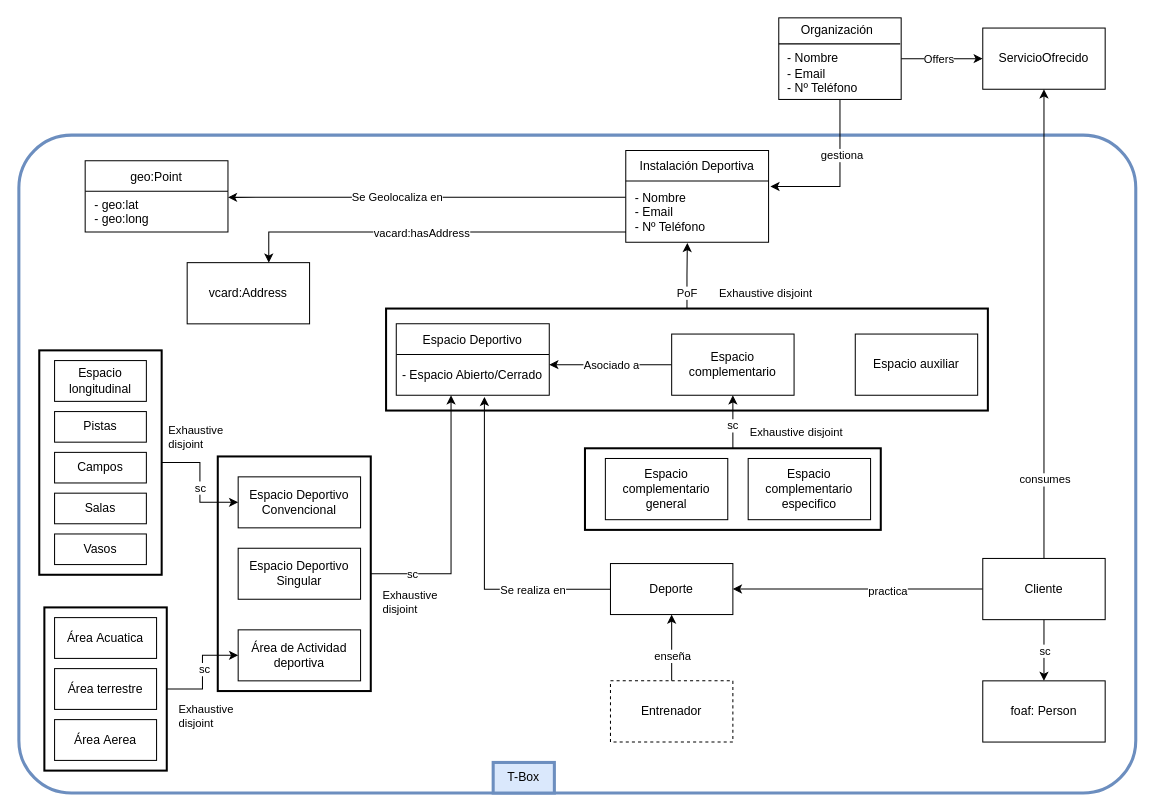
The draw.io diagram page "tbox" (2 of 5) of Modelo.drawio in amunoz5/practica-ontologia, before the edit. Source tidied: cells renumbered, new cells numbered last; positions are measured from the earlier drawing's top-left corner, leaving out a move shared by most shapes. Both pictures are drawn from the tidied source at 102%, with x=0, y=0 at pixel (18, 17).
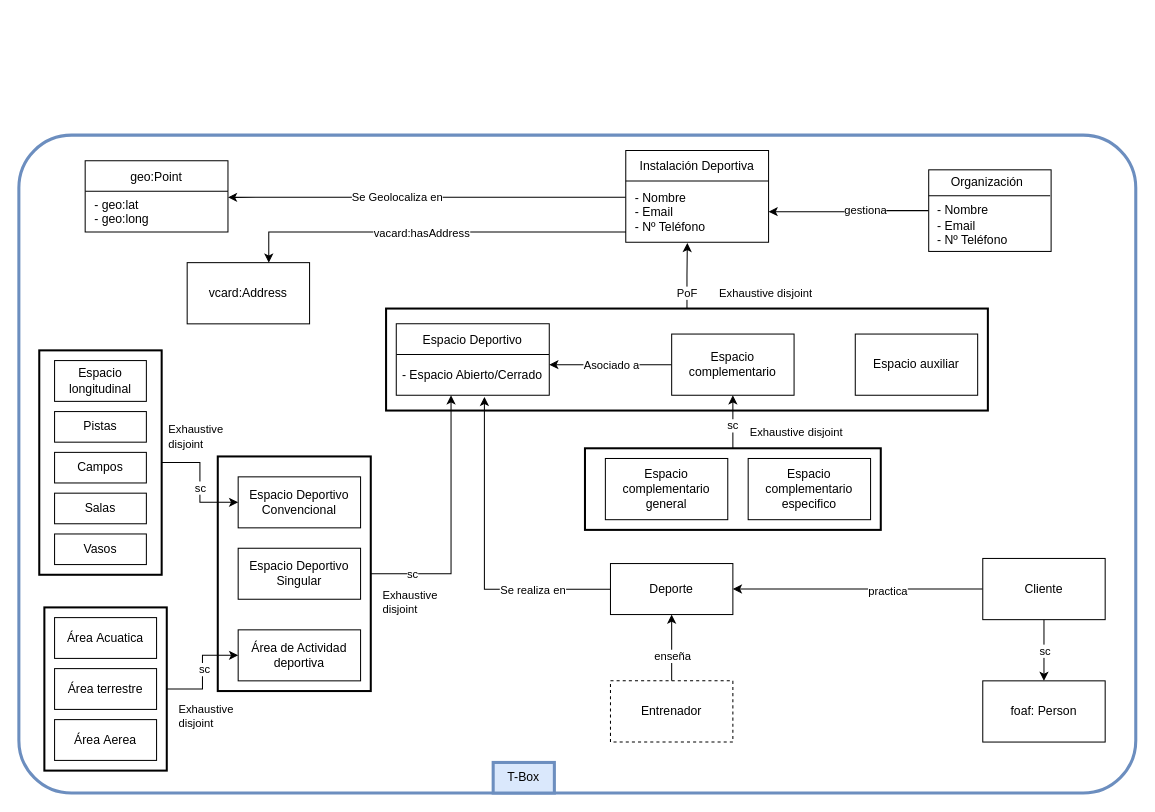
The same diagram, later.

Commit message:
este ya sí que es el ultimo diagrama

The change refers to these unchanged cells:
```xml
<mxCell id="46" value="Cliente" style="rounded=0;whiteSpace=wrap;html=1;" parent="1" vertex="1">
  <mxGeometry x="945" y="530" width="120" height="60" as="geometry" />
</mxCell>
<mxCell id="61" value=" - Nombre&#10; - Email&#10; - Nº Teléfono" style="text;strokeColor=none;fillColor=none;align=left;verticalAlign=middle;spacingLeft=4;spacingRight=4;overflow=hidden;points=[[0,0.5],[1,0.5]];portConstraint=eastwest;" parent="1" vertex="1">
  <mxGeometry x="595" y="160" width="140" height="60" as="geometry" />
</mxCell>
```

What changed in the source:
```diff
@@
-    <mxCell id="15" value="ServicioOfrecido" style="rounded=0;whiteSpace=wrap;html=1;" parent="1" vertex="1">
-      <mxGeometry x="945" y="10" width="120" height="60" as="geometry" />
-    </mxCell>
@@
-    <mxCell id="40" style="edgeStyle=orthogonalEdgeStyle;rounded=0;jettySize=auto;html=1;exitX=0.5;exitY=0;exitDx=0;exitDy=0;entryX=0.5;entryY=1;entryDx=0;entryDy=0;" parent="1" edge="1" source="46" target="15">
-      <mxGeometry relative="1" as="geometry" />
-    </mxCell>
-    <mxCell id="41" value="consumes" style="edgeLabel;html=1;align=center;verticalAlign=middle;" parent="40" vertex="1">
-      <mxGeometry x="-0.49" relative="1" as="geometry">
-        <mxPoint y="39" as="offset" />
-      </mxGeometry>
-    </mxCell>
@@
-    <mxCell id="47" style="edgeStyle=orthogonalEdgeStyle;rounded=0;jettySize=auto;html=1;exitX=0.5;exitY=1;exitDx=0;exitDy=0;entryX=1.013;entryY=0.089;entryDx=0;entryDy=0;entryPerimeter=0;" parent="1" edge="1" source="50" target="61">
+    <mxCell id="47" style="edgeStyle=orthogonalEdgeStyle;rounded=0;jettySize=auto;html=1;exitX=0;exitY=0.5;exitDx=0;exitDy=0;entryX=1;entryY=0.5;entryDx=0;entryDy=0;" parent="1" edge="1" source="50" target="61">
       <mxGeometry relative="1" as="geometry" />
     </mxCell>
     <mxCell id="48" value="gestiona" style="edgeLabel;html=1;align=center;verticalAlign=middle;" parent="47" vertex="1">
-      <mxGeometry x="-0.3" y="1" relative="1" as="geometry" />
+      <mxGeometry x="-0.3" y="1" relative="1" as="geometry">
+        <mxPoint x="-8" y="-2" as="offset" />
+      </mxGeometry>
     </mxCell>
-    <mxCell id="49" style="edgeStyle=orthogonalEdgeStyle;rounded=0;jettySize=auto;html=1;exitX=1;exitY=0.5;exitDx=0;exitDy=0;entryX=0;entryY=0.5;entryDx=0;entryDy=0;" parent="1" edge="1" source="50" target="15">
-      <mxGeometry relative="1" as="geometry">
-        <Array as="points">
-          <mxPoint x="895" y="40" />
-          <mxPoint x="895" y="40" />
-        </Array>
-      </mxGeometry>
-    </mxCell>
     <mxCell id="50" value="&lt;div style=&quot;text-align: center;&quot;&gt;&lt;span style=&quot;background-color: initial;&quot;&gt;&amp;nbsp; &amp;nbsp; &amp;nbsp; Organización&lt;/span&gt;&lt;/div&gt;&lt;span style=&quot;&quot;&gt;&lt;br&gt;&amp;nbsp; - Nombre&lt;/span&gt;&lt;br style=&quot;padding: 0px; margin: 0px;&quot;&gt;&lt;span style=&quot;&quot;&gt;&amp;nbsp; - Email&lt;/span&gt;&lt;br style=&quot;padding: 0px; margin: 0px;&quot;&gt;&lt;span style=&quot;&quot;&gt;&amp;nbsp; - Nº Teléfono&lt;/span&gt;" style="rounded=0;whiteSpace=wrap;html=1;align=left;" parent="1" vertex="1">
-      <mxGeometry x="745" width="120" height="80" as="geometry" />
+      <mxGeometry x="892" y="149" width="120" height="80" as="geometry" />
     </mxCell>
@@
-    <mxCell id="68" value="Offers" style="edgeLabel;html=1;align=center;verticalAlign=middle;" parent="1" vertex="1">
-      <mxGeometry x="925" y="17" as="geometry">
-        <mxPoint x="-24" y="23" as="offset" />
-      </mxGeometry>
-    </mxCell>
```
